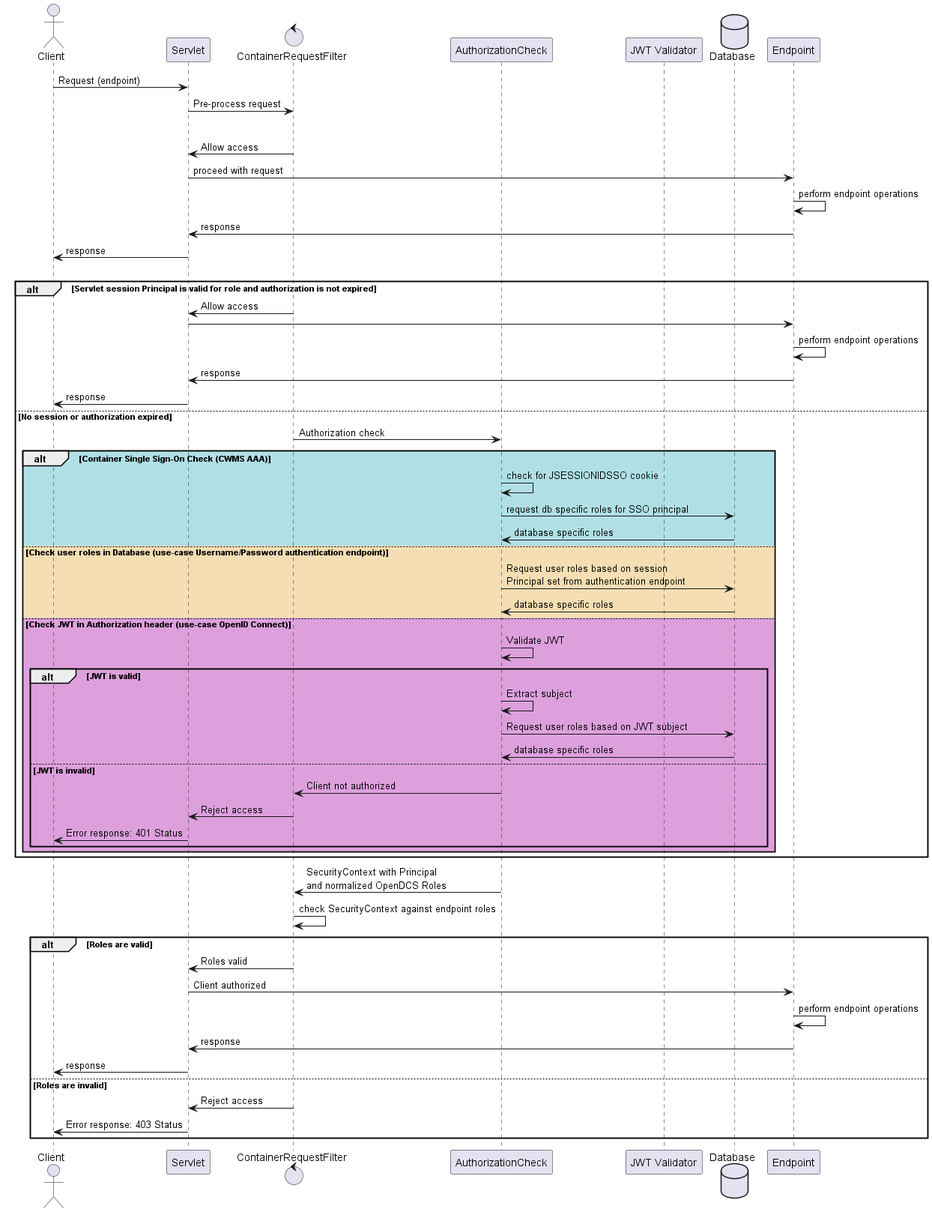
opendcs/rest_api keeps this PlantUML diagram as doc-source/authorization/authorization_sequence.png. Above is the earlier version.
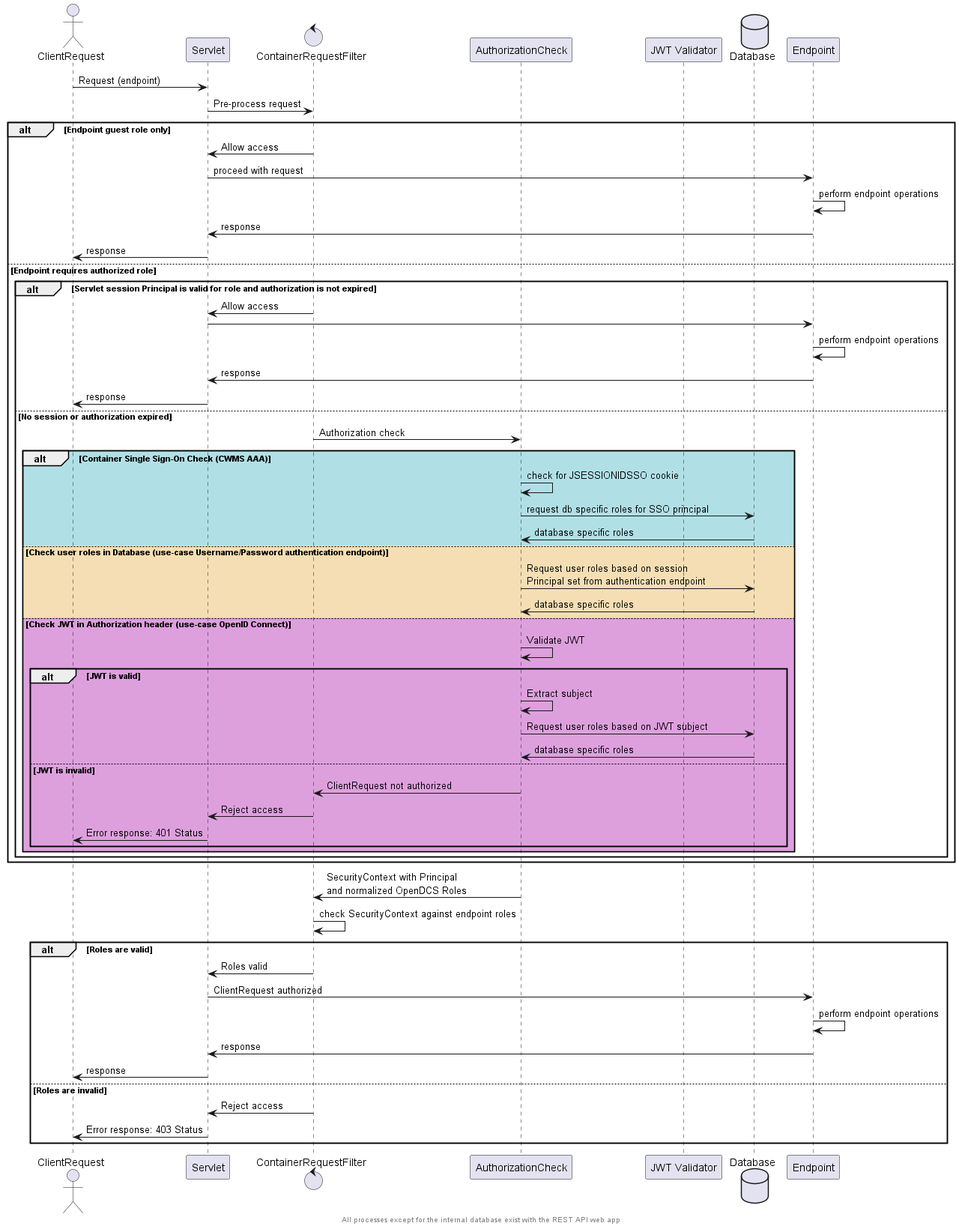
After the change.

Commit message:
update diagram to match plantuml

Diff of the diagram source:
```diff
@@ -1,28 +1,28 @@
 @startuml
-actor Client
+actor ClientRequest
 participant "Servlet" as Servlet
 control "ContainerRequestFilter" as Filter
 participant "AuthorizationCheck" as AuthCheck
 participant "JWT Validator" as JWT
 database "Database" as Database
-participant "Endpoint" as Resource
+participant "Endpoint" as Endpoint
 
-Client -> Servlet: Request (endpoint)
+ClientRequest -> Servlet: Request (endpoint)
 Servlet -> Filter: Pre-process request
 
 alt Endpoint guest role only
     Filter -> Servlet: Allow access
-    Servlet -> Resource: proceed with request
-    Resource -> Resource: perform endpoint operations
-    Resource -> Servlet: response
-    Servlet -> Client: response
+    Servlet -> Endpoint: proceed with request
+    Endpoint -> Endpoint: perform endpoint operations
+    Endpoint -> Servlet: response
+    Servlet -> ClientRequest: response
 else Endpoint requires authorized role
     alt Servlet session Principal is valid for role and authorization is not expired
         Filter -> Servlet: Allow access
-        Servlet -> Resource
-        Resource -> Resource: perform endpoint operations
-        Resource -> Servlet: response
-        Servlet -> Client: response
+        Servlet -> Endpoint
+        Endpoint -> Endpoint: perform endpoint operations
+        Endpoint -> Servlet: response
+        Servlet -> ClientRequest: response
 
     else No session or authorization expired
         Filter -> AuthCheck: Authorization check
@@ -40,23 +40,26 @@
                 AuthCheck -> Database: Request user roles based on JWT subject
                 Database -> AuthCheck: database specific roles
             else JWT is invalid
-                AuthCheck -> Filter: Client not authorized
+                AuthCheck -> Filter: ClientRequest not authorized
                 Filter -> Servlet: Reject access
-                Servlet -> Client: Error response: 401 Status
+                Servlet -> ClientRequest: Error response: 401 Status
             end
+        end
     end
 end
 AuthCheck -> Filter: SecurityContext with Principal\nand normalized OpenDCS Roles
 Filter -> Filter: check SecurityContext against endpoint roles
 alt Roles are valid
     Filter -> Servlet: Roles valid
-    Servlet -> Resource: Client authorized
-    Resource -> Resource: perform endpoint operations
-    Resource -> Servlet: response
-    Servlet -> Client: response
+    Servlet -> Endpoint: ClientRequest authorized
+    Endpoint -> Endpoint: perform endpoint operations
+    Endpoint -> Servlet: response
+    Servlet -> ClientRequest: response
 else Roles are invalid
     Filter -> Servlet: Reject access
-    Servlet -> Client: Error response: 403 Status
+    Servlet -> ClientRequest: Error response: 403 Status
 end
 
+footer All processes except for the internal database exist with the REST API web app
+
 @enduml
```
